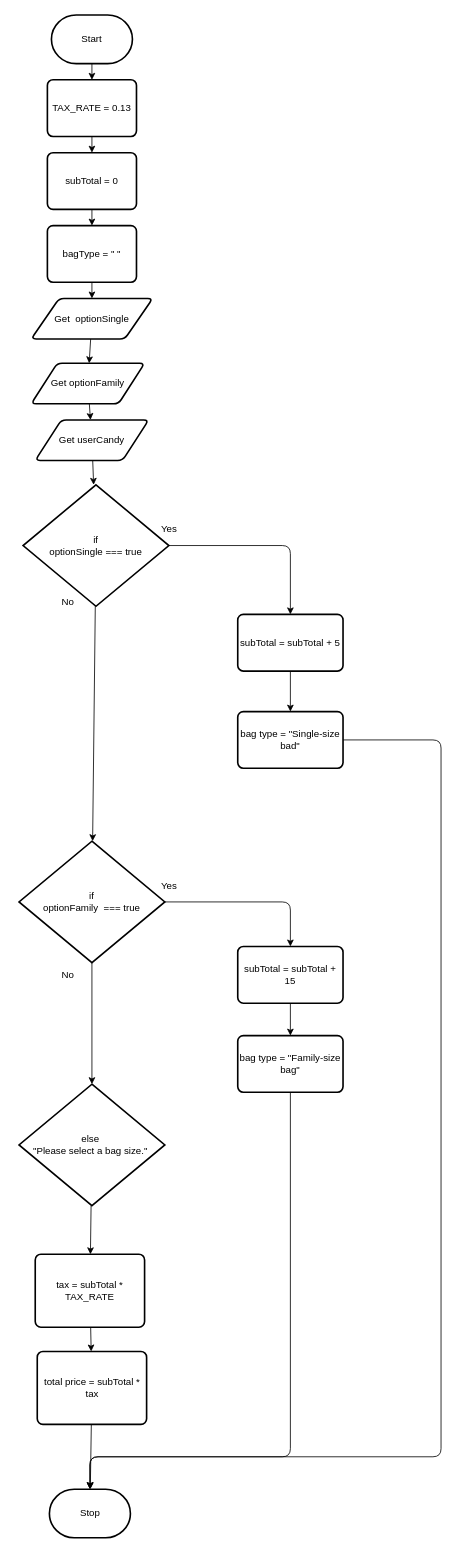
Earlier version of the draw.io diagram design/flowchart.drawio (MTHS-ICD2O-1-2024/ICD2O-Assignment-04-Shanea-Jaromay1). Source tidied: cells renumbered, new cells numbered last; positions are measured from the earlier drawing's top-left corner, leaving out a move shared by most shapes. Both pictures are drawn from the tidied source at 81%, with x=0, y=0 at pixel (19, 15).
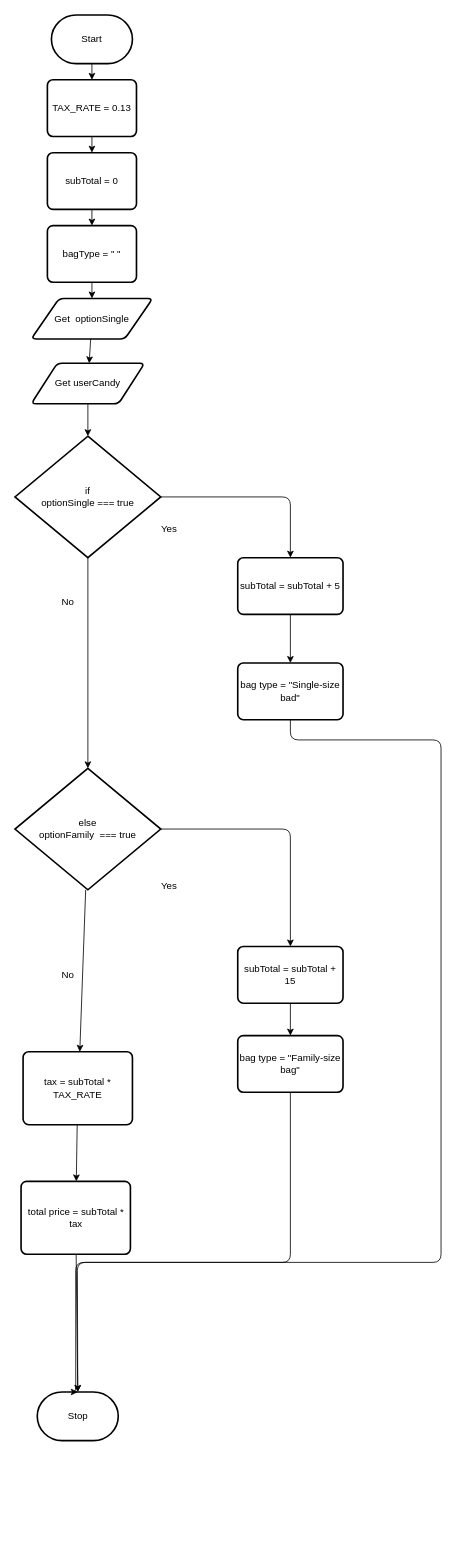
After the change.

The change refers to these unchanged cells:
```xml
<mxCell id="6" value="Get&amp;nbsp; optionSingle" style="shape=parallelogram;html=1;strokeWidth=2;perimeter=parallelogramPerimeter;whiteSpace=wrap;rounded=1;arcSize=12;size=0.23;" parent="1" vertex="1">
  <mxGeometry x="15" y="350" width="150" height="50" as="geometry" />
</mxCell>
<mxCell id="33" value="bag type = &quot;Family-size bag&quot;" style="rounded=1;whiteSpace=wrap;html=1;absoluteArcSize=1;arcSize=14;strokeWidth=2;" parent="1" vertex="1">
  <mxGeometry x="270" y="1260" width="130" height="70" as="geometry" />
</mxCell>
```

Diff of the diagram source:
```diff
@@
     <mxCell id="4" value="Stop" style="strokeWidth=2;html=1;shape=mxgraph.flowchart.terminator;whiteSpace=wrap;" parent="1" vertex="1">
-      <mxGeometry x="37.5" y="1820" width="100" height="60" as="geometry" />
+      <mxGeometry x="22.5" y="1700" width="100" height="60" as="geometry" />
     </mxCell>
-    <mxCell id="5" style="edgeStyle=none;html=1;" parent="1" edge="1" source="6" target="8">
-      <mxGeometry relative="1" as="geometry" />
+    <mxCell id="5" style="edgeStyle=none;html=1;" parent="1" edge="1" source="6">
+      <mxGeometry relative="1" as="geometry">
+        <mxPoint x="86.6" y="430" as="targetPoint" />
+      </mxGeometry>
     </mxCell>
@@
-    <mxCell id="7" style="edgeStyle=none;html=1;" parent="1" edge="1" source="8" target="19">
-      <mxGeometry relative="1" as="geometry" />
-    </mxCell>
-    <mxCell id="8" value="Get optionFamily" style="shape=parallelogram;html=1;strokeWidth=2;perimeter=parallelogramPerimeter;whiteSpace=wrap;rounded=1;arcSize=12;size=0.23;" parent="1" vertex="1">
-      <mxGeometry x="15" y="430" width="140" height="50" as="geometry" />
-    </mxCell>
@@
     <mxCell id="17" value="if&lt;div&gt;optionSingle === true&lt;/div&gt;" style="strokeWidth=2;html=1;shape=mxgraph.flowchart.decision;whiteSpace=wrap;" parent="1" vertex="1">
-      <mxGeometry x="5" y="580" width="180" height="150" as="geometry" />
+      <mxGeometry x="-5" y="520" width="180" height="150" as="geometry" />
     </mxCell>
@@
     <mxCell id="19" value="Get userCandy" style="shape=parallelogram;html=1;strokeWidth=2;perimeter=parallelogramPerimeter;whiteSpace=wrap;rounded=1;arcSize=12;size=0.23;" parent="1" vertex="1">
-      <mxGeometry x="20" y="500" width="140" height="50" as="geometry" />
+      <mxGeometry x="15" y="430" width="140" height="50" as="geometry" />
     </mxCell>
@@
     <mxCell id="22" value="subTotal = subTotal + 5" style="rounded=1;whiteSpace=wrap;html=1;absoluteArcSize=1;arcSize=14;strokeWidth=2;" parent="1" vertex="1">
-      <mxGeometry x="270" y="740" width="130" height="70" as="geometry" />
+      <mxGeometry x="270" y="670" width="130" height="70" as="geometry" />
     </mxCell>
     <mxCell id="23" style="edgeStyle=orthogonalEdgeStyle;html=1;entryX=0.5;entryY=0;entryDx=0;entryDy=0;entryPerimeter=0;" parent="1" edge="1" source="24" target="4">
       <mxGeometry relative="1" as="geometry">
         <Array as="points">
+          <mxPoint x="335" y="895" />
           <mxPoint x="521" y="895" />
-          <mxPoint x="521" y="1780" />
-          <mxPoint x="88" y="1780" />
+          <mxPoint x="521" y="1540" />
+          <mxPoint x="70" y="1540" />
         </Array>
       </mxGeometry>
     </mxCell>
     <mxCell id="24" value="bag type = &quot;Single-size bad&quot;" style="rounded=1;whiteSpace=wrap;html=1;absoluteArcSize=1;arcSize=14;strokeWidth=2;" parent="1" vertex="1">
-      <mxGeometry x="270" y="860" width="130" height="70" as="geometry" />
+      <mxGeometry x="270" y="800" width="130" height="70" as="geometry" />
     </mxCell>
@@
-    <mxCell id="26" style="edgeStyle=none;html=1;entryX=0.5;entryY=0;entryDx=0;entryDy=0;entryPerimeter=0;" parent="1" edge="1" source="27" target="36">
-      <mxGeometry relative="1" as="geometry" />
+    <mxCell id="26" style="edgeStyle=none;html=1;entryX=0.5;entryY=0;entryDx=0;entryDy=0;entryPerimeter=0;" parent="1" edge="1" source="27">
+      <mxGeometry relative="1" as="geometry">
+        <mxPoint x="75" y="1280" as="targetPoint" />
+      </mxGeometry>
     </mxCell>
-    <mxCell id="27" value="if&lt;div&gt;optionFamily&amp;nbsp; === true&lt;/div&gt;" style="strokeWidth=2;html=1;shape=mxgraph.flowchart.decision;whiteSpace=wrap;" parent="1" vertex="1">
-      <mxGeometry y="1020" width="180" height="150" as="geometry" />
+    <mxCell id="27" value="else&lt;br&gt;&lt;div&gt;optionFamily&amp;nbsp; === true&lt;/div&gt;" style="strokeWidth=2;html=1;shape=mxgraph.flowchart.decision;whiteSpace=wrap;" parent="1" vertex="1">
+      <mxGeometry x="-5" y="930" width="180" height="150" as="geometry" />
     </mxCell>
@@
-    <mxCell id="32" style="edgeStyle=orthogonalEdgeStyle;html=1;entryX=0.5;entryY=0;entryDx=0;entryDy=0;entryPerimeter=0;" parent="1" edge="1" source="33" target="4">
+    <mxCell id="32" style="edgeStyle=none;html=1;entryX=0.5;entryY=0;entryDx=0;entryDy=0;entryPerimeter=0;" parent="1" edge="1" source="33" target="4">
       <mxGeometry relative="1" as="geometry">
         <Array as="points">
-          <mxPoint x="335" y="1780" />
-          <mxPoint x="88" y="1780" />
+          <mxPoint x="335" y="1540" />
+          <mxPoint x="72" y="1540" />
         </Array>
       </mxGeometry>
     </mxCell>
@@
-    <mxCell id="35" style="edgeStyle=none;html=1;" parent="1" edge="1" source="36" target="38">
-      <mxGeometry relative="1" as="geometry" />
-    </mxCell>
-    <mxCell id="36" value="else&amp;nbsp;&lt;div&gt;&quot;Please select a bag size.&quot;&amp;nbsp;&lt;/div&gt;" style="strokeWidth=2;html=1;shape=mxgraph.flowchart.decision;whiteSpace=wrap;" parent="1" vertex="1">
-      <mxGeometry y="1320" width="180" height="150" as="geometry" />
-    </mxCell>
@@
     <mxCell id="38" value="tax = subTotal * TAX_RATE" style="rounded=1;whiteSpace=wrap;html=1;absoluteArcSize=1;arcSize=14;strokeWidth=2;" parent="1" vertex="1">
-      <mxGeometry x="20" y="1530" width="135" height="90" as="geometry" />
+      <mxGeometry x="5" y="1280" width="135" height="90" as="geometry" />
     </mxCell>
-    <mxCell id="39" style="edgeStyle=none;html=1;" parent="1" edge="1" source="40" target="4">
+    <mxCell id="39" style="edgeStyle=none;html=1;entryX=0.5;entryY=0;entryDx=0;entryDy=0;entryPerimeter=0;" parent="1" edge="1" source="40" target="4">
       <mxGeometry relative="1" as="geometry" />
     </mxCell>
     <mxCell id="40" value="total price = subTotal * tax" style="rounded=1;whiteSpace=wrap;html=1;absoluteArcSize=1;arcSize=14;strokeWidth=2;" parent="1" vertex="1">
-      <mxGeometry x="22.5" y="1650" width="135" height="90" as="geometry" />
+      <mxGeometry x="2.5" y="1440" width="135" height="90" as="geometry" />
     </mxCell>
```
